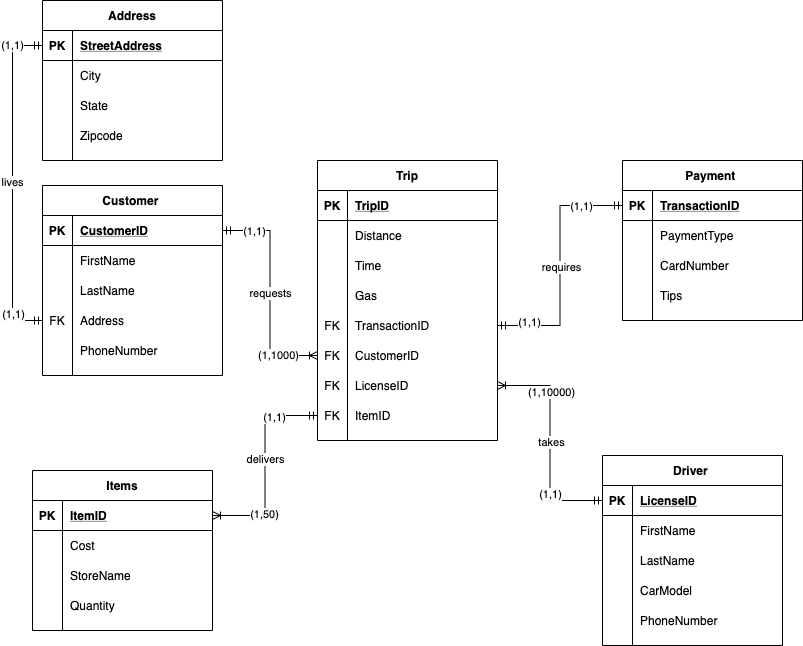
matthewg1234/Practice keeps this draw.io diagram as Group Assignment 2.png. Above is the earlier version. Source tidied: cells renumbered, new cells last; positions are measured from the earlier drawing's top-left corner, leaving out a move shared by most shapes.
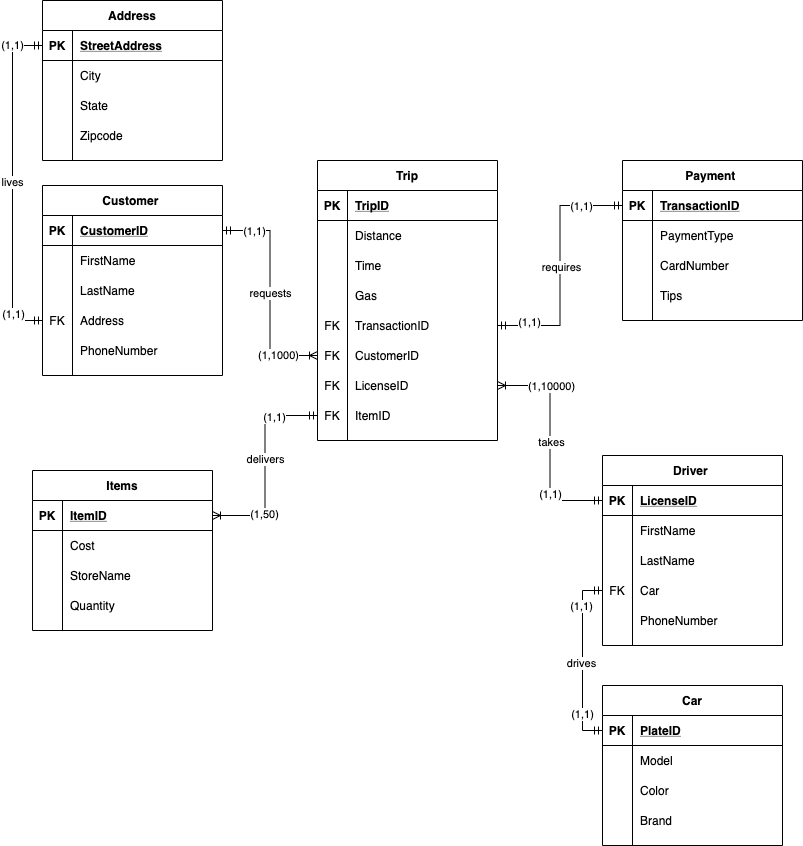
After the commit.

What changed in the source:
```diff
@@ -41,7 +41,9 @@
       <mxGeometry x="0.46" relative="1" as="geometry" />
     </mxCell>
     <mxCell id="12" value="(1,10000)" style="edgeLabel;html=1;align=center;verticalAlign=middle;" parent="9" vertex="1">
-      <mxGeometry x="-0.46" y="1" relative="1" as="geometry" />
+      <mxGeometry x="-0.46" y="1" relative="1" as="geometry">
+        <mxPoint y="-6.5" as="offset" />
+      </mxGeometry>
     </mxCell>
     <mxCell id="13" style="edgeStyle=orthogonalEdgeStyle;rounded=0;jettySize=auto;html=1;exitX=0;exitY=0.5;exitDx=0;exitDy=0;entryX=1;entryY=0.5;entryDx=0;entryDy=0;startArrow=ERmandOne;startFill=0;endArrow=ERoneToMany;endFill=0;" parent="1" edge="1" source="39" target="104">
       <mxGeometry relative="1" as="geometry" />
@@ -204,10 +206,10 @@
     <mxCell id="65" style="shape=partialRectangle;fillColor=none;top=0;left=0;bottom=0;right=0;points=[[0,0.5],[1,0.5]];portConstraint=eastwest;" parent="55" vertex="1">
       <mxGeometry y="120" width="180" height="30" as="geometry" />
     </mxCell>
-    <mxCell id="66" style="shape=partialRectangle;fillColor=none;top=0;left=0;bottom=0;right=0;overflow=hidden;" parent="65" vertex="1">
+    <mxCell id="66" value="FK" style="shape=partialRectangle;fillColor=none;top=0;left=0;bottom=0;right=0;overflow=hidden;" parent="65" vertex="1">
       <mxGeometry width="30" height="30" as="geometry" />
     </mxCell>
-    <mxCell id="67" value="CarModel" style="shape=partialRectangle;fillColor=none;top=0;left=0;bottom=0;right=0;align=left;spacingLeft=6;overflow=hidden;" parent="65" vertex="1">
+    <mxCell id="67" value="Car" style="shape=partialRectangle;fillColor=none;top=0;left=0;bottom=0;right=0;align=left;spacingLeft=6;overflow=hidden;" parent="65" vertex="1">
       <mxGeometry x="30" width="150" height="30" as="geometry" />
     </mxCell>
     <mxCell id="68" style="shape=partialRectangle;fillColor=none;top=0;left=0;bottom=0;right=0;" parent="55" vertex="1">
@@ -363,5 +365,58 @@
     <mxCell id="115" value="Quantity" style="shape=partialRectangle;fillColor=none;top=0;left=0;bottom=0;right=0;align=left;spacingLeft=6;overflow=hidden;" parent="113" vertex="1">
       <mxGeometry x="30" width="150" height="30" as="geometry" />
     </mxCell>
+    <mxCell id="116" value="Car" style="shape=table;startSize=30;rowLines=0;fontStyle=1;align=center;" parent="1" vertex="1">
+      <mxGeometry x="590" y="685" width="180" height="160" as="geometry" />
+    </mxCell>
+    <mxCell id="117" style="shape=partialRectangle;fillColor=none;top=0;left=0;bottom=1;right=0;points=[[0,0.5],[1,0.5]];portConstraint=eastwest;" parent="116" vertex="1">
+      <mxGeometry y="30" width="180" height="30" as="geometry" />
+    </mxCell>
+    <mxCell id="118" value="PK" style="shape=partialRectangle;fillColor=none;top=0;left=0;bottom=0;right=0;fontStyle=1;overflow=hidden;" parent="117" vertex="1">
+      <mxGeometry width="30" height="30" as="geometry" />
+    </mxCell>
+    <mxCell id="119" value="PlateID" style="shape=partialRectangle;fillColor=none;top=0;left=0;bottom=0;right=0;align=left;spacingLeft=6;fontStyle=5;overflow=hidden;" parent="117" vertex="1">
+      <mxGeometry x="30" width="150" height="30" as="geometry" />
+    </mxCell>
+    <mxCell id="120" style="shape=partialRectangle;fillColor=none;top=0;left=0;bottom=0;right=0;" parent="116" vertex="1">
+      <mxGeometry y="60" width="180" height="30" as="geometry" />
+    </mxCell>
+    <mxCell id="121" style="shape=partialRectangle;fillColor=none;top=0;left=0;bottom=0;right=0;overflow=hidden;" parent="120" vertex="1">
+      <mxGeometry width="30" height="30" as="geometry" />
+    </mxCell>
+    <mxCell id="122" value="Model" style="shape=partialRectangle;fillColor=none;top=0;left=0;bottom=0;right=0;align=left;spacingLeft=6;overflow=hidden;" parent="120" vertex="1">
+      <mxGeometry x="30" width="150" height="30" as="geometry" />
+    </mxCell>
+    <mxCell id="123" style="shape=partialRectangle;fillColor=none;top=0;left=0;bottom=0;right=0;" parent="116" vertex="1">
+      <mxGeometry y="90" width="180" height="30" as="geometry" />
+    </mxCell>
+    <mxCell id="124" style="shape=partialRectangle;fillColor=none;top=0;left=0;bottom=0;right=0;overflow=hidden;" parent="123" vertex="1">
+      <mxGeometry width="30" height="30" as="geometry" />
+    </mxCell>
+    <mxCell id="125" value="Color" style="shape=partialRectangle;fillColor=none;top=0;left=0;bottom=0;right=0;align=left;spacingLeft=6;overflow=hidden;" parent="123" vertex="1">
+      <mxGeometry x="30" width="150" height="30" as="geometry" />
+    </mxCell>
+    <mxCell id="126" style="shape=partialRectangle;fillColor=none;top=0;left=0;bottom=0;right=0;" parent="116" vertex="1">
+      <mxGeometry y="120" width="180" height="30" as="geometry" />
+    </mxCell>
+    <mxCell id="127" style="shape=partialRectangle;fillColor=none;top=0;left=0;bottom=0;right=0;overflow=hidden;" parent="126" vertex="1">
+      <mxGeometry width="30" height="30" as="geometry" />
+    </mxCell>
+    <mxCell id="128" value="Brand" style="shape=partialRectangle;fillColor=none;top=0;left=0;bottom=0;right=0;align=left;spacingLeft=6;overflow=hidden;" parent="126" vertex="1">
+      <mxGeometry x="30" width="150" height="30" as="geometry" />
+    </mxCell>
+    <mxCell id="129" style="edgeStyle=orthogonalEdgeStyle;rounded=0;jettySize=auto;html=1;exitX=0;exitY=0.5;exitDx=0;exitDy=0;entryX=0;entryY=0.5;entryDx=0;entryDy=0;startArrow=ERmandOne;startFill=0;endArrow=ERmandOne;endFill=0;" parent="1" edge="1" source="65" target="117">
+      <mxGeometry relative="1" as="geometry" />
+    </mxCell>
+    <mxCell id="130" value="drives" style="edgeLabel;html=1;align=center;verticalAlign=middle;" parent="129" vertex="1">
+      <mxGeometry x="0.02" y="-2" relative="1" as="geometry" />
+    </mxCell>
+    <mxCell id="131" value="(1,1)" style="edgeLabel;html=1;align=center;verticalAlign=middle;" parent="129" vertex="1">
+      <mxGeometry x="-0.78" y="8" relative="1" as="geometry">
+        <mxPoint x="-10" y="15" as="offset" />
+      </mxGeometry>
+    </mxCell>
+    <mxCell id="132" value="(1,1)" style="edgeLabel;html=1;align=center;verticalAlign=middle;" parent="129" vertex="1">
+      <mxGeometry x="0.59" y="-1" relative="1" as="geometry" />
+    </mxCell>
   </root>
 </mxGraphModel>
```
